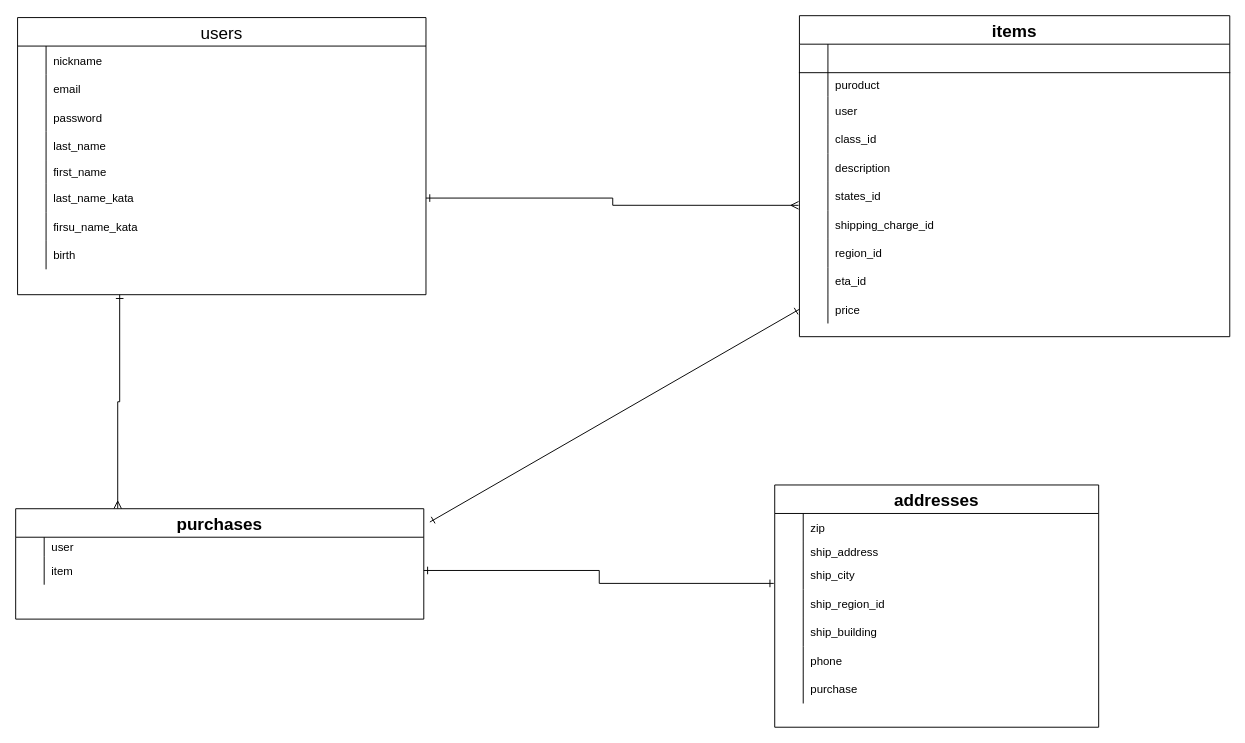
root-344/furima-33910 keeps this draw.io diagram as furima.dio. Above is the earlier version. Source tidied: cells renumbered, new cells numbered last; positions are measured from the earlier drawing's top-left corner, leaving out a move shared by most shapes. Both pictures are drawn from the tidied source at 95%, with x=0, y=0 at pixel (15, 15).
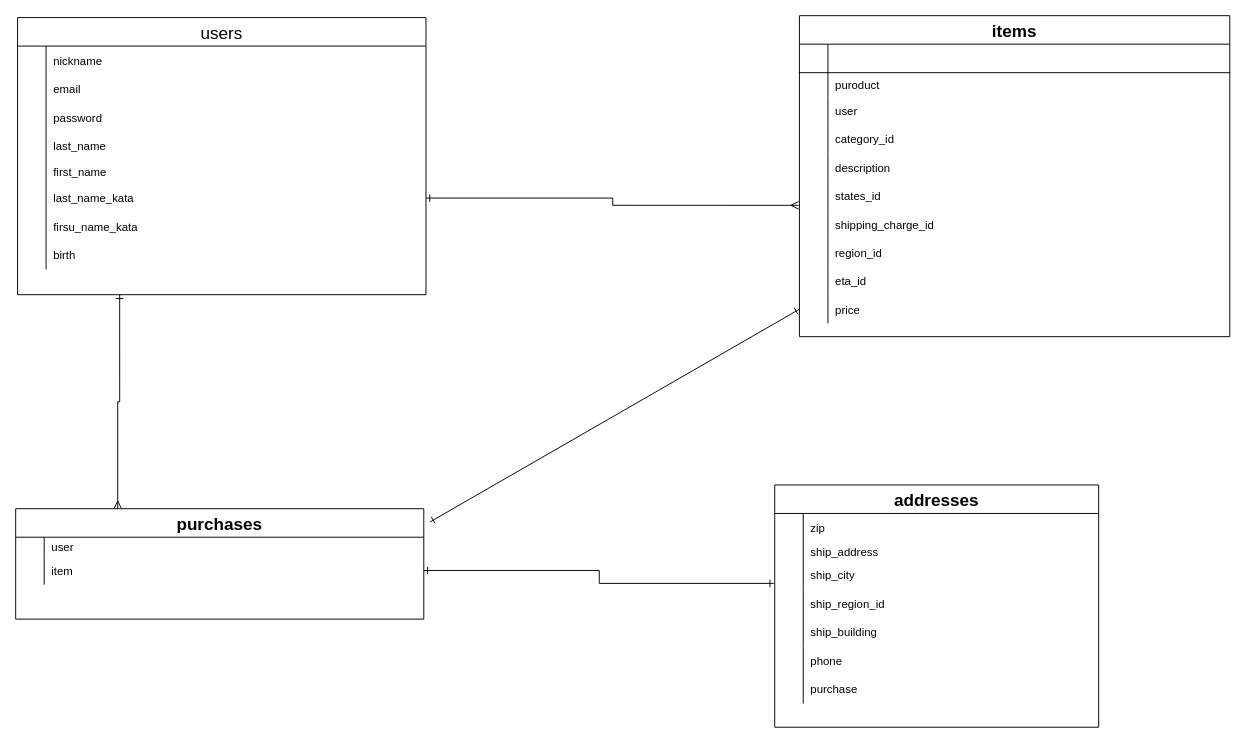
The same diagram, later.

Commit message:
カラム名変更

The change refers to these unchanged cells:
```xml
<mxCell id="38" style="shape=partialRectangle;fillColor=none;top=0;left=0;bottom=0;right=0;" parent="28" vertex="1">
  <mxGeometry y="115" width="453" height="30" as="geometry" />
</mxCell>
```

Diff of the diagram source:
```diff
@@
-    <mxCell id="40" value="class_id" style="shape=partialRectangle;fillColor=none;top=0;left=0;bottom=0;right=0;align=left;spacingLeft=6;overflow=hidden;" parent="38" vertex="1">
+    <mxCell id="40" value="category_id" style="shape=partialRectangle;fillColor=none;top=0;left=0;bottom=0;right=0;align=left;spacingLeft=6;overflow=hidden;" parent="38" vertex="1">
       <mxGeometry x="30" width="423" height="30" as="geometry" />
     </mxCell>
```
